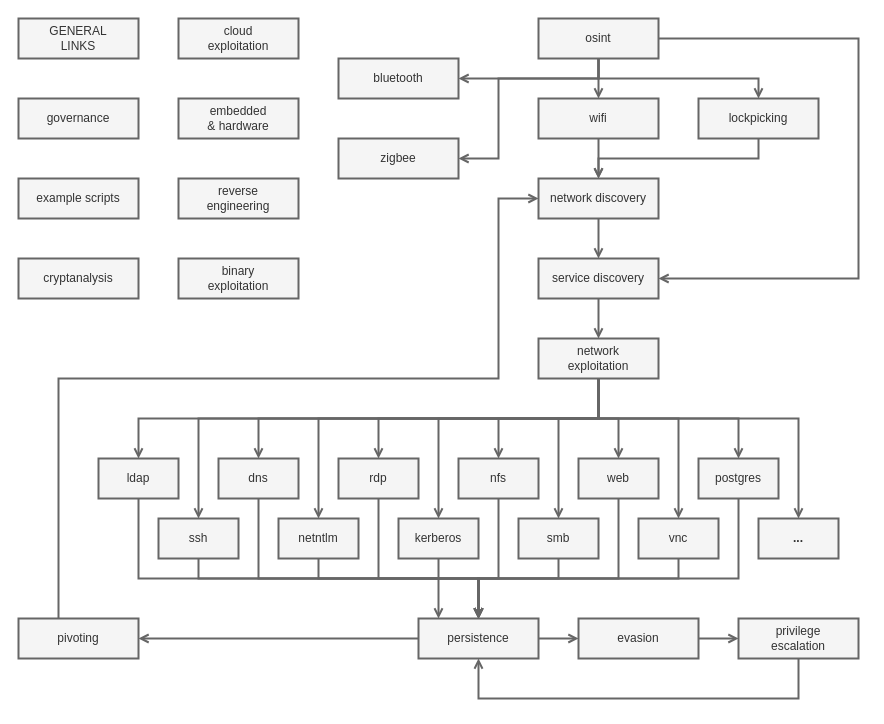
This is posts/notes/pwn/tree.drawio from 0b11stan/blog, a draw.io file, before an edit. Source tidied: cells renumbered, new cells numbered last; positions are measured from the earlier drawing's top-left corner, leaving out a move shared by most shapes. Both pictures are drawn from the tidied source at 100%, with x=0, y=0 at pixel (18, 18).
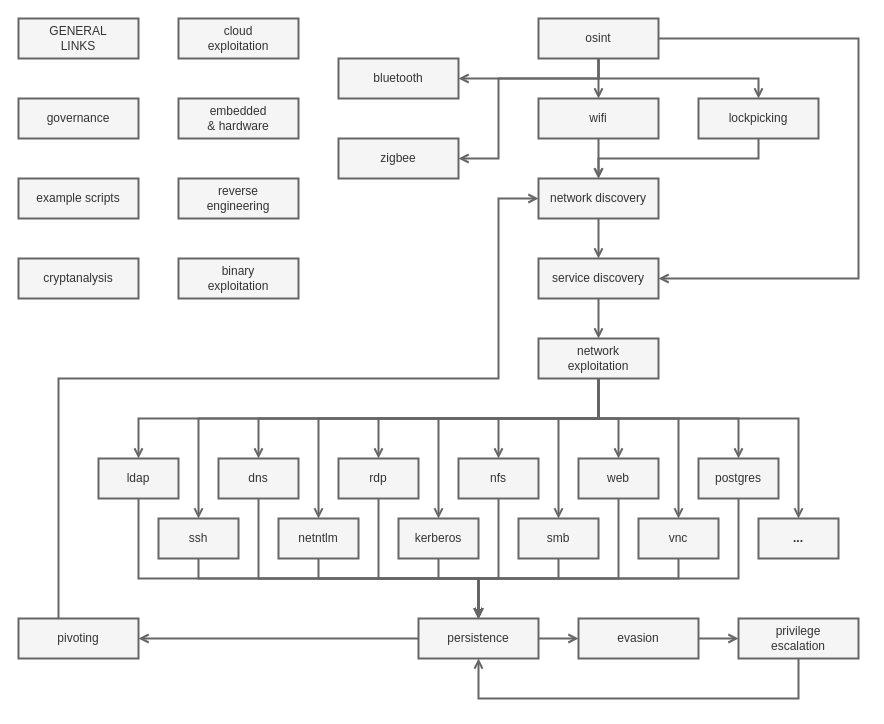
Above is the later version.

The change refers to these unchanged cells:
```xml
<mxCell id="37" value="persistence" style="rounded=0;whiteSpace=wrap;html=1;fillColor=#f5f5f5;fontColor=#333333;strokeColor=#666666;strokeWidth=2;" parent="1" vertex="1">
  <mxGeometry x="400" y="600" width="120" height="40" as="geometry" />
</mxCell>
<mxCell id="49" value="kerberos" style="rounded=0;whiteSpace=wrap;html=1;fillColor=#f5f5f5;fontColor=#333333;strokeColor=#666666;strokeWidth=2;" parent="1" vertex="1">
  <mxGeometry x="380" y="500" width="80" height="40" as="geometry" />
</mxCell>
```

Change to the diagram source:
```diff
@@
-    <mxCell id="48" style="edgeStyle=orthogonalEdgeStyle;rounded=0;jettySize=auto;html=1;endArrow=open;endFill=0;strokeWidth=2;fillColor=#f5f5f5;strokeColor=#666666;" parent="1" edge="1" source="49" target="37">
+    <mxCell id="48" style="edgeStyle=orthogonalEdgeStyle;rounded=0;jettySize=auto;html=1;endArrow=open;endFill=0;strokeWidth=2;fillColor=#f5f5f5;strokeColor=#666666;entryX=0.5;entryY=0;entryDx=0;entryDy=0;" parent="1" edge="1" source="49" target="37">
       <mxGeometry relative="1" as="geometry">
         <Array as="points">
-          <mxPoint x="420" y="540" />
-          <mxPoint x="460" y="540" />
+          <mxPoint x="420" y="560" />
+          <mxPoint x="460" y="560" />
         </Array>
       </mxGeometry>
     </mxCell>
```
